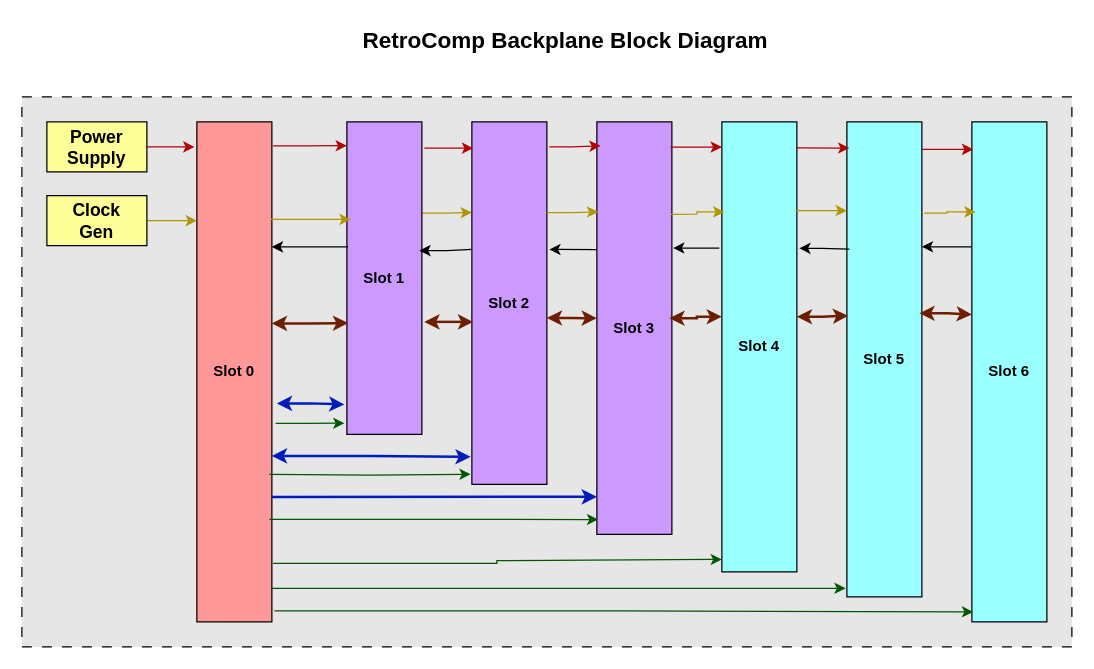
Before: docs/RetroComp-Backplane-Block-Diagram.drawio in dervish77/RetroComp, a draw.io diagram. Source tidied: cells renumbered, new cells numbered last; positions are measured from the earlier drawing's top-left corner, leaving out a move shared by most shapes. Both pictures are drawn from the tidied source at 125%, with x=0, y=0 at pixel (21, 21).
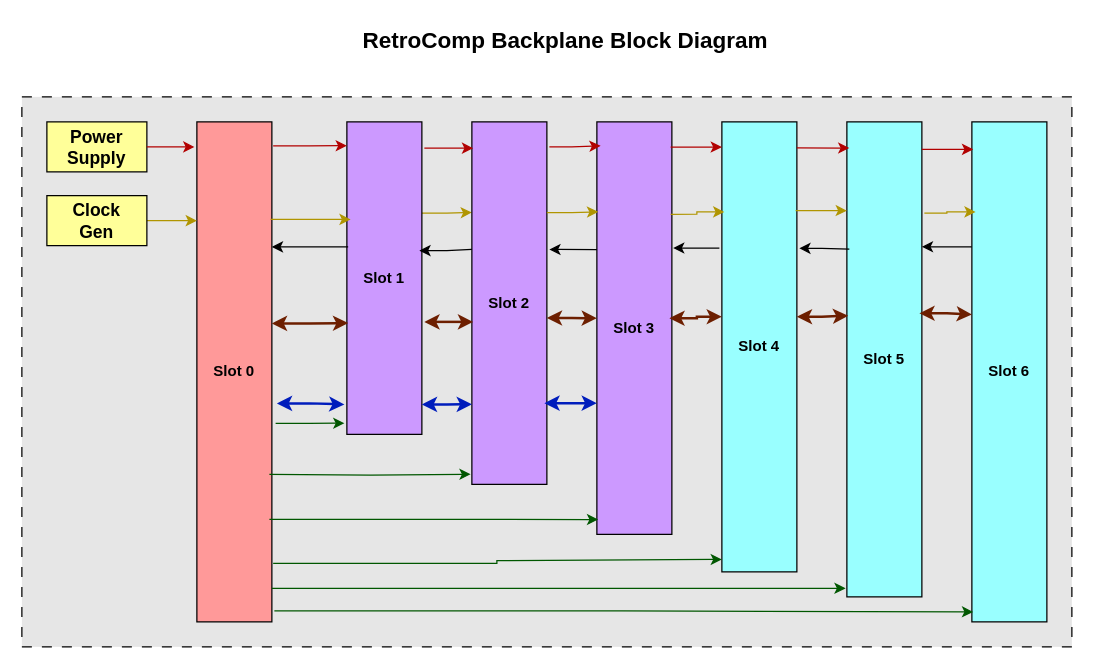
The same diagram, later.

Commit message (it also covers changes not shown here):
modified backplane diagram to reflect need for only one I2C and one SPI bus

Unchanged cells that the change refers to:
```xml
<mxCell id="3" value="&lt;b&gt;Slot 0&lt;/b&gt;" style="rounded=0;whiteSpace=wrap;html=1;fillColor=#FF9999;" parent="1" vertex="1">
  <mxGeometry x="140" y="80" width="60" height="400" as="geometry" />
</mxCell>
<mxCell id="6" value="&lt;b&gt;Slot 1&lt;/b&gt;" style="rounded=0;whiteSpace=wrap;html=1;fillColor=#CC99FF;" parent="1" vertex="1">
  <mxGeometry x="260" y="80" width="60" height="250" as="geometry" />
</mxCell>
<mxCell id="7" value="&lt;b&gt;Slot 2&lt;/b&gt;" style="rounded=0;whiteSpace=wrap;html=1;fillColor=#CC99FF;" parent="1" vertex="1">
  <mxGeometry x="360" y="80" width="60" height="290" as="geometry" />
</mxCell>
<mxCell id="8" value="&lt;b&gt;Slot 3&lt;/b&gt;" style="rounded=0;whiteSpace=wrap;html=1;fillColor=#CC99FF;" parent="1" vertex="1">
  <mxGeometry x="460" y="80" width="60" height="330" as="geometry" />
</mxCell>
```

Diff of the diagram source:
```diff
@@
-    <mxCell id="21" style="edgeStyle=orthogonalEdgeStyle;rounded=0;jettySize=auto;html=1;exitX=1;exitY=0.75;exitDx=0;exitDy=0;entryX=0;entryY=0.909;entryDx=0;entryDy=0;entryPerimeter=0;strokeWidth=2;fillColor=#0050ef;strokeColor=#001DBC;" parent="1" edge="1" source="3" target="8">
-      <mxGeometry relative="1" as="geometry" />
-    </mxCell>
@@
-    <mxCell id="23" style="edgeStyle=orthogonalEdgeStyle;rounded=0;jettySize=auto;html=1;exitX=1;exitY=0.668;exitDx=0;exitDy=0;entryX=-0.017;entryY=0.924;entryDx=0;entryDy=0;entryPerimeter=0;exitPerimeter=0;strokeWidth=2;fillColor=#0050ef;strokeColor=#001DBC;startArrow=classic;startFill=1;" parent="1" edge="1" source="3" target="7">
-      <mxGeometry relative="1" as="geometry" />
-    </mxCell>
@@
+    <mxCell id="48" style="edgeStyle=orthogonalEdgeStyle;rounded=0;jettySize=auto;html=1;exitX=1;exitY=0.904;exitDx=0;exitDy=0;entryX=0;entryY=0.779;entryDx=0;entryDy=0;entryPerimeter=0;exitPerimeter=0;strokeWidth=2;fillColor=#0050ef;strokeColor=#001DBC;startArrow=classic;startFill=1;" parent="1" edge="1" source="6" target="7">
+      <mxGeometry relative="1" as="geometry" />
+    </mxCell>
+    <mxCell id="49" style="edgeStyle=orthogonalEdgeStyle;rounded=0;jettySize=auto;html=1;exitX=0.967;exitY=0.776;exitDx=0;exitDy=0;entryX=0;entryY=0.682;entryDx=0;entryDy=0;entryPerimeter=0;exitPerimeter=0;startArrow=classic;startFill=1;fillColor=#0050ef;strokeColor=#001DBC;strokeWidth=2;" parent="1" edge="1" source="7" target="8">
+      <mxGeometry relative="1" as="geometry" />
+    </mxCell>
```
